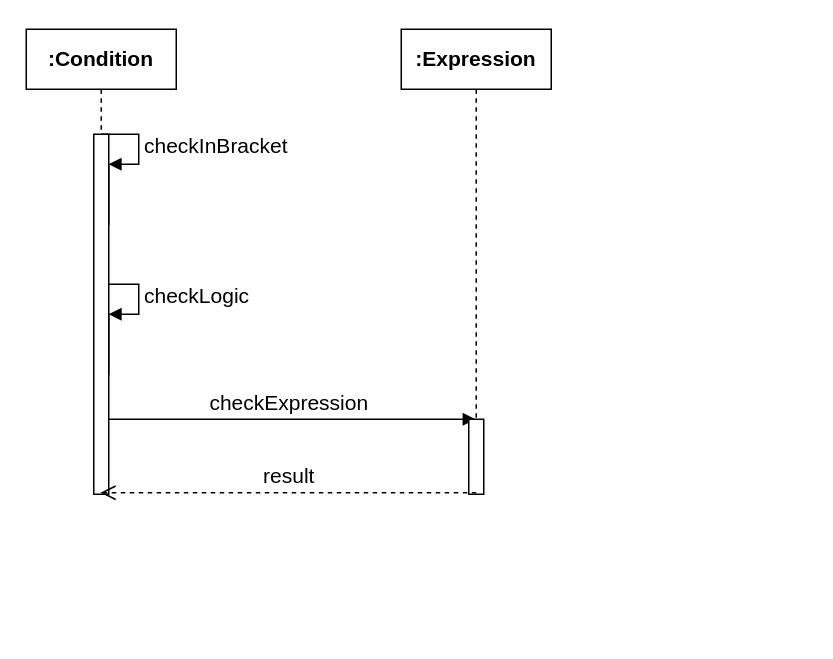
Before: page "condition" (3 of 9) of report/thang_template/thesis/image/language_diagram.drawio in hamhochoi/DATN, a draw.io diagram. Source tidied: cells renumbered, new cells numbered last; positions are measured from the earlier drawing's top-left corner, leaving out a move shared by most shapes. Both pictures are drawn from the tidied source at 150%, with x=0, y=0 at pixel (26, 28).
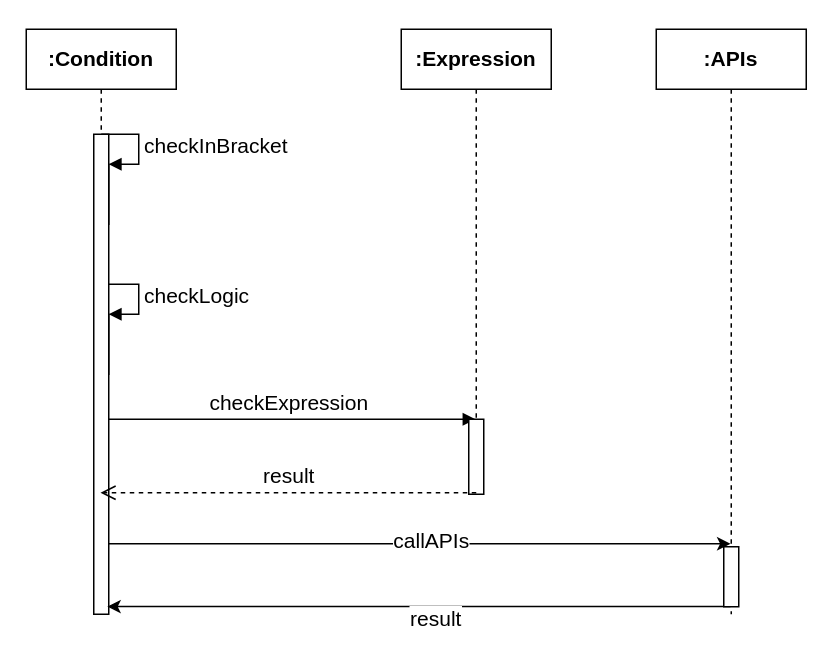
After the change.

What changed in the source:
```diff
@@
     <mxCell id="2" value="&lt;h3&gt;:Condition&lt;/h3&gt;" style="shape=umlLifeline;perimeter=lifelinePerimeter;whiteSpace=wrap;html=1;" parent="1" vertex="1">
-      <mxGeometry width="100" height="310" as="geometry" />
+      <mxGeometry width="100" height="390" as="geometry" />
     </mxCell>
@@
     <mxCell id="8" style="html=1;points=[];perimeter=orthogonalPerimeter;" parent="2" vertex="1">
-      <mxGeometry x="45" y="70" width="10" height="240" as="geometry" />
+      <mxGeometry x="45" y="70" width="10" height="320" as="geometry" />
     </mxCell>
@@
+    <mxCell id="12" style="edgeStyle=none;rounded=0;jettySize=auto;html=1;entryX=0.9;entryY=0.984;entryDx=0;entryDy=0;entryPerimeter=0;" parent="1" edge="1" source="14" target="8">
+      <mxGeometry relative="1" as="geometry" />
+    </mxCell>
+    <mxCell id="13" value="&lt;font style=&quot;font-size: 14px&quot;&gt;result&lt;/font&gt;" style="text;html=1;align=center;verticalAlign=middle;labelBackgroundColor=#ffffff;" parent="12" vertex="1">
+      <mxGeometry x="-0.09" y="4" relative="1" as="geometry">
+        <mxPoint x="-8.5" y="4" as="offset" />
+      </mxGeometry>
+    </mxCell>
+    <mxCell id="14" value="&lt;h3&gt;:APIs&lt;/h3&gt;" style="shape=umlLifeline;perimeter=lifelinePerimeter;whiteSpace=wrap;html=1;outlineConnect=0;" parent="1" vertex="1">
+      <mxGeometry x="420" width="100" height="390" as="geometry" />
+    </mxCell>
+    <mxCell id="15" style="rounded=0;orthogonalLoop=1;jettySize=auto;html=1;" parent="1" edge="1">
+      <mxGeometry relative="1" as="geometry">
+        <mxPoint x="55" y="343" as="sourcePoint" />
+        <mxPoint x="469.5" y="343" as="targetPoint" />
+        <Array as="points">
+          <mxPoint x="230" y="343" />
+        </Array>
+      </mxGeometry>
+    </mxCell>
+    <mxCell id="16" value="&lt;font style=&quot;font-size: 14px&quot;&gt;callAPIs&lt;/font&gt;" style="text;html=1;align=center;verticalAlign=middle;labelBackgroundColor=#ffffff;" parent="15" vertex="1">
+      <mxGeometry x="0.25" y="3" relative="1" as="geometry">
+        <mxPoint x="-45" as="offset" />
+      </mxGeometry>
+    </mxCell>
+    <mxCell id="17" style="html=1;perimeter=orthogonalPerimeter;" parent="1" vertex="1">
+      <mxGeometry x="465" y="345" width="10" height="40" as="geometry" />
+    </mxCell>
```
